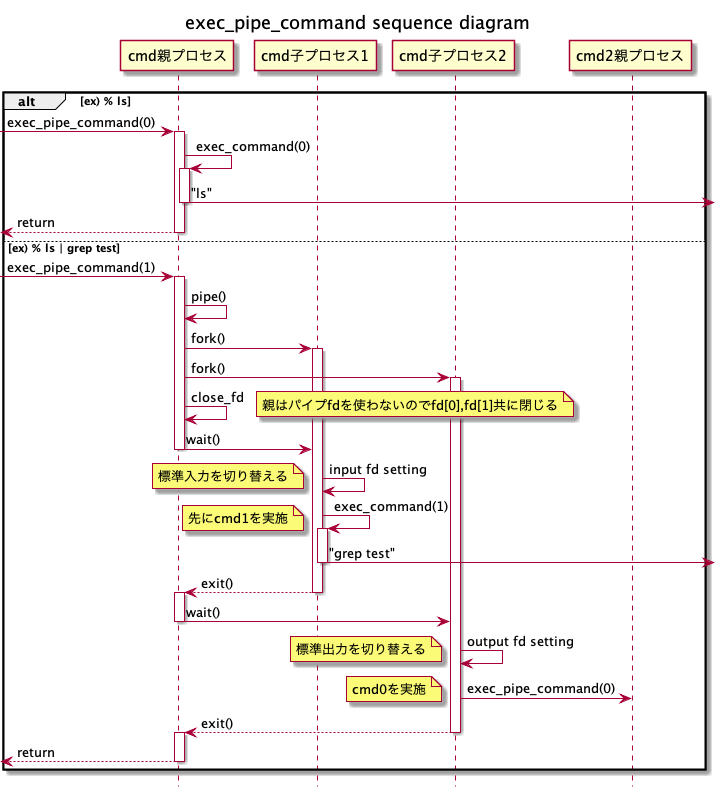
The PlantUML diagram out/sequence_pipe/exec_pipe_command sequence diagram.png in Toshiki-Nakamura/minishell, before a commit. Source of this version:
```plantuml
@startuml
title exec_pipe_command sequence diagram
hide footbox

participant "cmd親プロセス" as Parent1
participant "cmd子プロセス1" as Child1
participant "cmd子プロセス2" as Child2
participant "cmd2親プロセス" as Parent2

alt ex) % ls
	[->Parent1 : exec_pipe_command(0)
	activate Parent1
	Parent1 -> Parent1 : exec_command(0)
	activate Parent1
	Parent1->] : "ls"
	deactivate Parent1
	[<--Parent1 : return
	deactivate Parent1
else ex) % ls | grep test
	[->Parent1 : exec_pipe_command(1)
	activate Parent1
	Parent1->Parent1 : pipe()
	Parent1->Child1 : fork()
	activate Child1
	Parent1->Child2 : fork()
	activate Child2
	Parent1->Parent1 : close_fd
	note right: 親はパイプfdを使わないのでfd[0],fd[1]共に閉じる
	Parent1->Child1 : wait()
	deactivate Parent1
	Child1->Child1 : input fd setting
	note left: 標準入力を切り替える
	Child1->Child1 : exec_command(1)
	note left: 先にcmd1を実施
	activate Child1
	Child1->] : "grep test"
	deactivate Child1
	Parent1<--Child1 : exit()
	deactivate Child1
	activate Parent1
	Parent1->Child2 : wait()
	deactivate Parent1
	Child2->Child2 : output fd setting
	note left: 標準出力を切り替える
	Child2->Parent2 : exec_pipe_command(0)
	note left: cmd0を実施
	Parent1<--Child2 : exit()
	deactivate Child2
	activate Parent1
	[<--Parent1 : return
	deactivate Parent1
end


@enduml
```
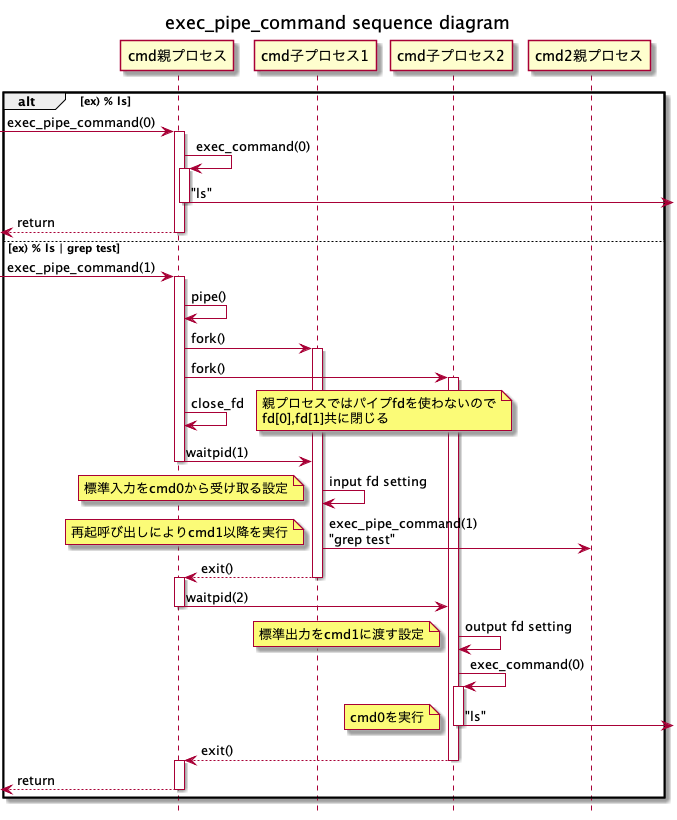
After the change.

Commit message:
refactoring pipe_executor. remove arg1 remain_cmd_num #2

Change to the diagram source:
```diff
@@ -25,25 +25,25 @@
 	Parent1->Child2 : fork()
 	activate Child2
 	Parent1->Parent1 : close_fd
-	note right: 親はパイプfdを使わないのでfd[0],fd[1]共に閉じる
-	Parent1->Child1 : wait()
+	note right: 親プロセスではパイプfdを使わないので\nfd[0],fd[1]共に閉じる
+	Parent1->Child1 : waitpid(1)
 	deactivate Parent1
 	Child1->Child1 : input fd setting
-	note left: 標準入力を切り替える
-	Child1->Child1 : exec_command(1)
-	note left: 先にcmd1を実施
-	activate Child1
-	Child1->] : "grep test"
-	deactivate Child1
+	note left: 標準入力をcmd0から受け取る設定
+	Child1->Parent2 : exec_pipe_command(1)\n"grep test"
+	note left: 再起呼び出しによりcmd1以降を実行
 	Parent1<--Child1 : exit()
 	deactivate Child1
 	activate Parent1
-	Parent1->Child2 : wait()
+	Parent1->Child2 : waitpid(2)
 	deactivate Parent1
 	Child2->Child2 : output fd setting
-	note left: 標準出力を切り替える
-	Child2->Parent2 : exec_pipe_command(0)
-	note left: cmd0を実施
+	note left: 標準出力をcmd1に渡す設定
+	Child2->Child2 : exec_command(0)
+	activate Child2
+	Child2->] : "ls"
+	deactivate Child2
+	note left: cmd0を実行
 	Parent1<--Child2 : exit()
 	deactivate Child2
 	activate Parent1
```
